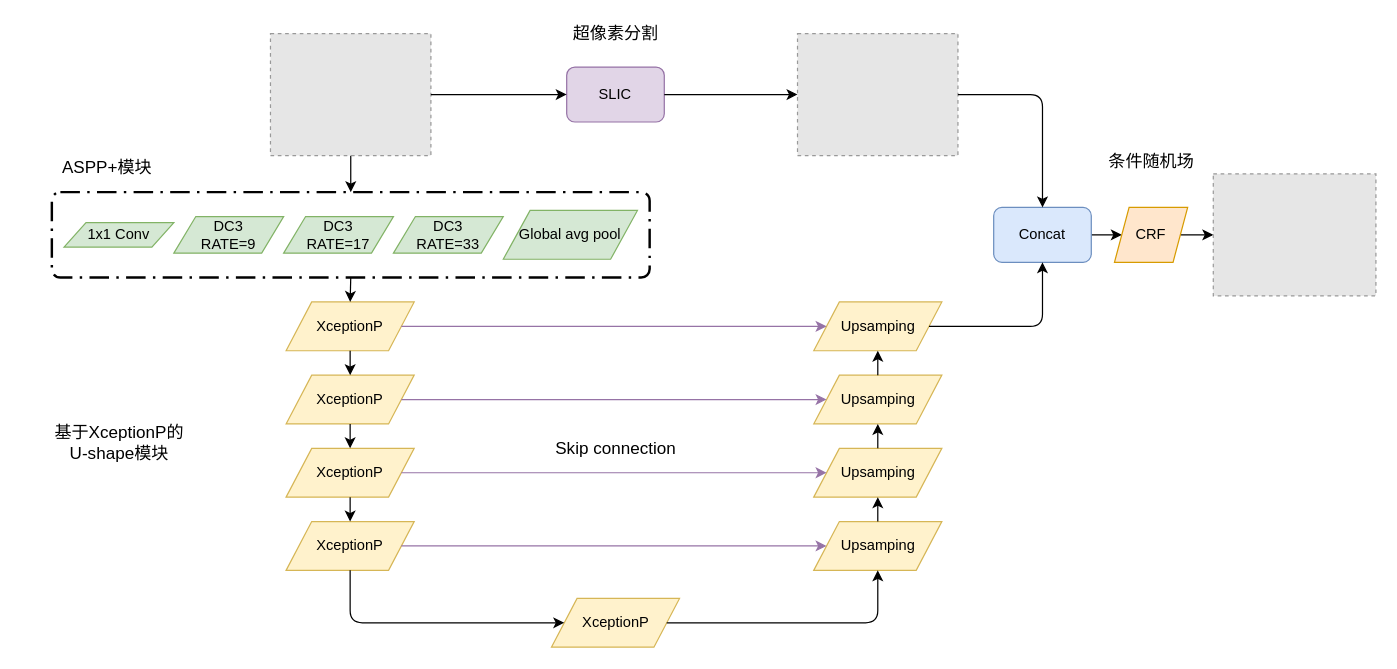
Earlier version of the draw.io diagram page "Page-1" (1 of 3) of img/Untitled Diagram.drawio (Wangtab/Wangtab.github.io). Source tidied: cells renumbered, new cells numbered last; positions are measured from the earlier drawing's top-left corner, leaving out a move shared by most shapes. Both pictures are drawn from the tidied source at 122%, with x=0, y=0 at pixel (45, 21). Pictures stored in the file or linked from it are replaced by grey dashed boxes.
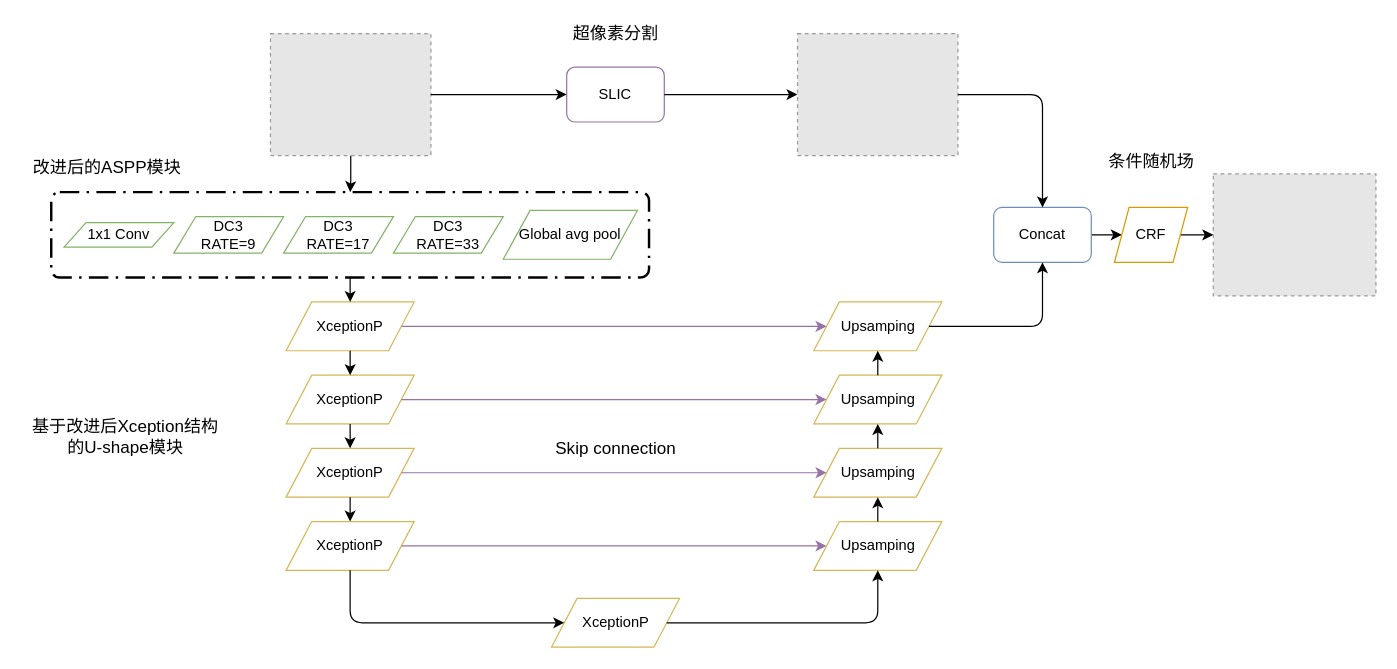
The same diagram, later.

Change to the diagram source:
```diff
@@
+    <mxCell id="8" style="rounded=1;arcSize=10;dashed=1;strokeColor=#000000;fillColor=none;gradientColor=none;dashPattern=8 3 1 3;strokeWidth=2;" parent="1" vertex="1">
+      <mxGeometry x="4.5" y="140" width="490" height="70" as="geometry" />
+    </mxCell>
@@
-    <mxCell id="3" value="&lt;font style=&quot;font-size: 12px&quot;&gt;1x1 Conv&lt;/font&gt;" style="shape=parallelogram;perimeter=parallelogramPerimeter;whiteSpace=wrap;html=1;fillColor=#d5e8d4;strokeColor=#82b366;" parent="1" vertex="1">
+    <mxCell id="3" value="&lt;font style=&quot;font-size: 12px&quot;&gt;1x1 Conv&lt;/font&gt;" style="shape=parallelogram;perimeter=parallelogramPerimeter;whiteSpace=wrap;html=1;fillColor=#FFFFFF;strokeColor=#82b366;" parent="1" vertex="1">
       <mxGeometry x="15" y="165" width="90" height="20" as="geometry" />
     </mxCell>
-    <mxCell id="4" value="Global avg pool" style="shape=parallelogram;perimeter=parallelogramPerimeter;whiteSpace=wrap;html=1;fillColor=#d5e8d4;strokeColor=#82b366;" parent="1" vertex="1">
+    <mxCell id="4" value="Global avg pool" style="shape=parallelogram;perimeter=parallelogramPerimeter;whiteSpace=wrap;html=1;fillColor=#FFFFFF;strokeColor=#82b366;" parent="1" vertex="1">
       <mxGeometry x="375" y="155" width="110" height="40" as="geometry" />
     </mxCell>
-    <mxCell id="5" value="&lt;span&gt;DC3&lt;/span&gt;&lt;br&gt;&lt;span&gt;RATE=33&lt;/span&gt;" style="shape=parallelogram;perimeter=parallelogramPerimeter;whiteSpace=wrap;html=1;fillColor=#d5e8d4;strokeColor=#82b366;" parent="1" vertex="1">
+    <mxCell id="5" value="&lt;span&gt;DC3&lt;/span&gt;&lt;br&gt;&lt;span&gt;RATE=33&lt;/span&gt;" style="shape=parallelogram;perimeter=parallelogramPerimeter;whiteSpace=wrap;html=1;fillColor=#FFFFFF;strokeColor=#82b366;" parent="1" vertex="1">
       <mxGeometry x="285" y="160" width="90" height="30" as="geometry" />
     </mxCell>
-    <mxCell id="6" value="&lt;span&gt;DC3&lt;/span&gt;&lt;br&gt;&lt;span&gt;RATE=17&lt;/span&gt;" style="shape=parallelogram;perimeter=parallelogramPerimeter;whiteSpace=wrap;html=1;fillColor=#d5e8d4;strokeColor=#82b366;" parent="1" vertex="1">
+    <mxCell id="6" value="&lt;span&gt;DC3&lt;/span&gt;&lt;br&gt;&lt;span&gt;RATE=17&lt;/span&gt;" style="shape=parallelogram;perimeter=parallelogramPerimeter;whiteSpace=wrap;html=1;fillColor=#FFFFFF;strokeColor=#82b366;" parent="1" vertex="1">
       <mxGeometry x="195" y="160" width="90" height="30" as="geometry" />
     </mxCell>
-    <mxCell id="7" value="DC3&lt;br&gt;RATE=9" style="shape=parallelogram;perimeter=parallelogramPerimeter;whiteSpace=wrap;html=1;fillColor=#d5e8d4;strokeColor=#82b366;" parent="1" vertex="1">
+    <mxCell id="7" value="DC3&lt;br&gt;RATE=9" style="shape=parallelogram;perimeter=parallelogramPerimeter;whiteSpace=wrap;html=1;fillColor=#FFFFFF;strokeColor=#82b366;" parent="1" vertex="1">
       <mxGeometry x="105" y="160" width="90" height="30" as="geometry" />
     </mxCell>
-    <mxCell id="8" style="rounded=1;arcSize=10;dashed=1;strokeColor=#000000;fillColor=none;gradientColor=none;dashPattern=8 3 1 3;strokeWidth=2;" parent="1" vertex="1">
-      <mxGeometry x="5" y="140" width="490" height="70" as="geometry" />
-    </mxCell>
-    <mxCell id="9" value="XceptionP" style="shape=parallelogram;perimeter=parallelogramPerimeter;whiteSpace=wrap;html=1;fillColor=#fff2cc;strokeColor=#d6b656;" parent="1" vertex="1">
+    <mxCell id="9" value="XceptionP" style="shape=parallelogram;perimeter=parallelogramPerimeter;whiteSpace=wrap;html=1;fillColor=#FFFFFF;strokeColor=#d6b656;" parent="1" vertex="1">
       <mxGeometry x="197" y="230" width="105" height="40" as="geometry" />
     </mxCell>
-    <mxCell id="10" value="XceptionP" style="shape=parallelogram;perimeter=parallelogramPerimeter;whiteSpace=wrap;html=1;fillColor=#fff2cc;strokeColor=#d6b656;" parent="1" vertex="1">
+    <mxCell id="10" value="XceptionP" style="shape=parallelogram;perimeter=parallelogramPerimeter;whiteSpace=wrap;html=1;fillColor=#FFFFFF;strokeColor=#d6b656;" parent="1" vertex="1">
       <mxGeometry x="197" y="290" width="105" height="40" as="geometry" />
     </mxCell>
-    <mxCell id="11" value="XceptionP" style="shape=parallelogram;perimeter=parallelogramPerimeter;whiteSpace=wrap;html=1;fillColor=#fff2cc;strokeColor=#d6b656;" parent="1" vertex="1">
+    <mxCell id="11" value="XceptionP" style="shape=parallelogram;perimeter=parallelogramPerimeter;whiteSpace=wrap;html=1;fillColor=#FFFFFF;strokeColor=#d6b656;" parent="1" vertex="1">
       <mxGeometry x="197" y="410" width="105" height="40" as="geometry" />
     </mxCell>
-    <mxCell id="12" value="XceptionP" style="shape=parallelogram;perimeter=parallelogramPerimeter;whiteSpace=wrap;html=1;fillColor=#fff2cc;strokeColor=#d6b656;" parent="1" vertex="1">
+    <mxCell id="12" value="XceptionP" style="shape=parallelogram;perimeter=parallelogramPerimeter;whiteSpace=wrap;html=1;fillColor=#FFFFFF;strokeColor=#d6b656;" parent="1" vertex="1">
       <mxGeometry x="197" y="350" width="105" height="40" as="geometry" />
     </mxCell>
-    <mxCell id="13" value="Upsamping" style="shape=parallelogram;perimeter=parallelogramPerimeter;whiteSpace=wrap;html=1;fillColor=#fff2cc;strokeColor=#d6b656;" parent="1" vertex="1">
+    <mxCell id="13" value="Upsamping" style="shape=parallelogram;perimeter=parallelogramPerimeter;whiteSpace=wrap;html=1;fillColor=#FFFFFF;strokeColor=#d6b656;" parent="1" vertex="1">
       <mxGeometry x="629.5" y="230" width="105" height="40" as="geometry" />
     </mxCell>
-    <mxCell id="14" value="Upsamping" style="shape=parallelogram;perimeter=parallelogramPerimeter;whiteSpace=wrap;html=1;fillColor=#fff2cc;strokeColor=#d6b656;" parent="1" vertex="1">
+    <mxCell id="14" value="Upsamping" style="shape=parallelogram;perimeter=parallelogramPerimeter;whiteSpace=wrap;html=1;fillColor=#FFFFFF;strokeColor=#d6b656;" parent="1" vertex="1">
       <mxGeometry x="629.5" y="290" width="105" height="40" as="geometry" />
     </mxCell>
-    <mxCell id="15" value="Upsamping" style="shape=parallelogram;perimeter=parallelogramPerimeter;whiteSpace=wrap;html=1;fillColor=#fff2cc;strokeColor=#d6b656;" parent="1" vertex="1">
+    <mxCell id="15" value="Upsamping" style="shape=parallelogram;perimeter=parallelogramPerimeter;whiteSpace=wrap;html=1;fillColor=#FFFFFF;strokeColor=#d6b656;" parent="1" vertex="1">
       <mxGeometry x="629.5" y="410" width="105" height="40" as="geometry" />
     </mxCell>
-    <mxCell id="16" value="Upsamping" style="shape=parallelogram;perimeter=parallelogramPerimeter;whiteSpace=wrap;html=1;fillColor=#fff2cc;strokeColor=#d6b656;" parent="1" vertex="1">
+    <mxCell id="16" value="Upsamping" style="shape=parallelogram;perimeter=parallelogramPerimeter;whiteSpace=wrap;html=1;fillColor=#FFFFFF;strokeColor=#d6b656;" parent="1" vertex="1">
       <mxGeometry x="629.5" y="350" width="105" height="40" as="geometry" />
     </mxCell>
-    <mxCell id="17" value="XceptionP" style="shape=parallelogram;perimeter=parallelogramPerimeter;whiteSpace=wrap;html=1;fillColor=#fff2cc;strokeColor=#d6b656;" parent="1" vertex="1">
+    <mxCell id="17" value="XceptionP" style="shape=parallelogram;perimeter=parallelogramPerimeter;whiteSpace=wrap;html=1;fillColor=#FFFFFF;strokeColor=#d6b656;" parent="1" vertex="1">
       <mxGeometry x="414.5" y="473" width="105" height="40" as="geometry" />
     </mxCell>
@@
-    <mxCell id="28" value="Concat" style="rounded=1;whiteSpace=wrap;html=1;fillColor=#dae8fc;strokeColor=#6c8ebf;" parent="1" vertex="1">
+    <mxCell id="28" value="Concat" style="rounded=1;whiteSpace=wrap;html=1;fillColor=#FFFFFF;strokeColor=#6c8ebf;" parent="1" vertex="1">
       <mxGeometry x="777" y="152.5" width="80" height="45" as="geometry" />
     </mxCell>
-    <mxCell id="29" value="SLIC" style="rounded=1;whiteSpace=wrap;html=1;fillColor=#e1d5e7;strokeColor=#9673a6;" parent="1" vertex="1">
+    <mxCell id="29" value="SLIC" style="rounded=1;whiteSpace=wrap;html=1;fillColor=#FFFFFF;strokeColor=#9673a6;" parent="1" vertex="1">
       <mxGeometry x="427" y="37.5" width="80" height="45" as="geometry" />
     </mxCell>
@@
-    <mxCell id="32" value="CRF" style="shape=parallelogram;perimeter=parallelogramPerimeter;whiteSpace=wrap;html=1;fillColor=#ffe6cc;strokeColor=#d79b00;" parent="1" vertex="1">
+    <mxCell id="32" value="CRF" style="shape=parallelogram;perimeter=parallelogramPerimeter;whiteSpace=wrap;html=1;fillColor=#FFFFFF;strokeColor=#d79b00;" parent="1" vertex="1">
       <mxGeometry x="876" y="152.5" width="60" height="45" as="geometry" />
     </mxCell>
@@
-    <mxCell id="40" value="&lt;font style=&quot;font-size: 14px&quot;&gt;ASPP+模块&lt;/font&gt;" style="text;html=1;align=center;verticalAlign=middle;" parent="1" vertex="1">
-      <mxGeometry x="5" y="110" width="90" height="20" as="geometry" />
+    <mxCell id="40" value="&lt;font style=&quot;font-size: 14px&quot;&gt;改进后的ASPP模块&lt;/font&gt;" style="text;html=1;align=center;verticalAlign=middle;" parent="1" vertex="1">
+      <mxGeometry x="-20" y="110" width="140" height="20" as="geometry" />
     </mxCell>
-    <mxCell id="41" value="&lt;font style=&quot;font-size: 14px&quot;&gt;基于XceptionP的&lt;br&gt;U-shape模块&lt;/font&gt;" style="text;html=1;align=center;verticalAlign=middle;" parent="1" vertex="1">
-      <mxGeometry y="330" width="120" height="30" as="geometry" />
+    <mxCell id="41" value="&lt;font style=&quot;font-size: 14px&quot;&gt;基于改进后Xception结构&lt;br&gt;的U-shape模块&lt;/font&gt;" style="text;html=1;align=center;verticalAlign=middle;" parent="1" vertex="1">
+      <mxGeometry x="-20" y="320" width="170" height="40" as="geometry" />
     </mxCell>
```
